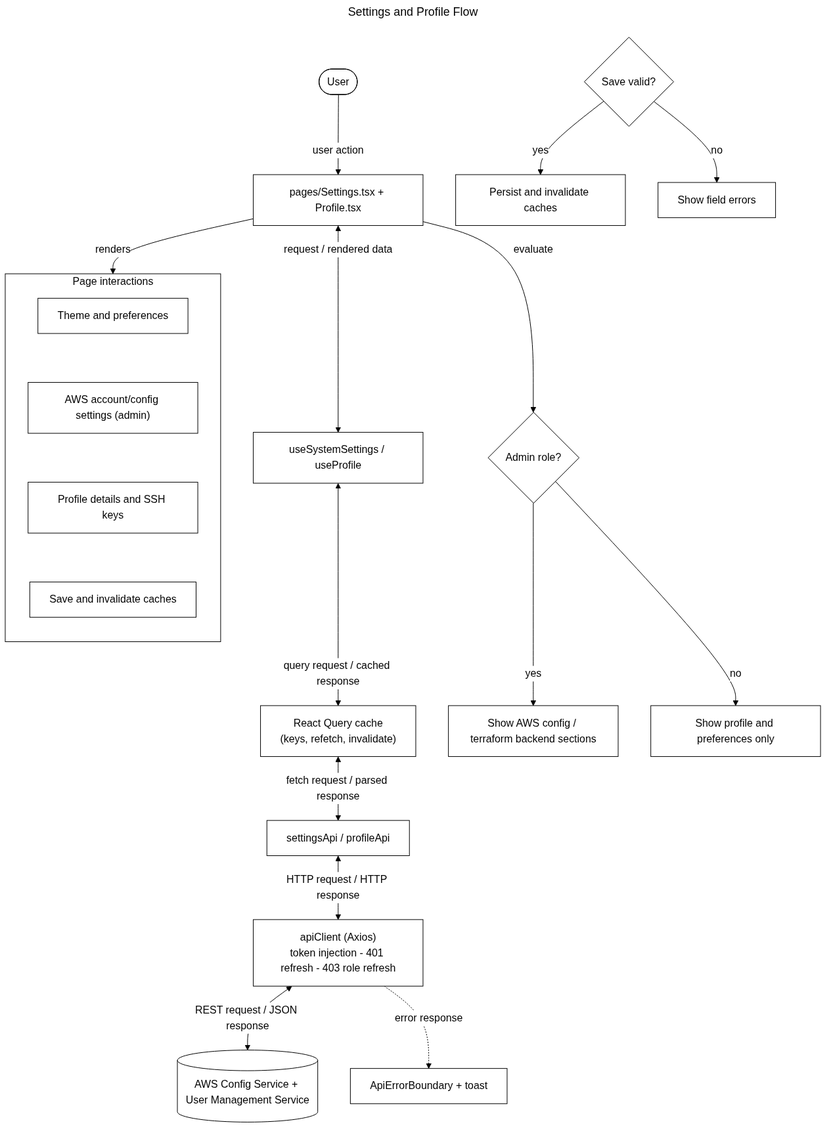
sayeeduddinofficial/user-table-view keeps this Mermaid diagram as docs/flowcharts/png/settings-profile.png. Above is the earlier version. Its source is kept beside it as docs/flowcharts/settings-profile.mmd.
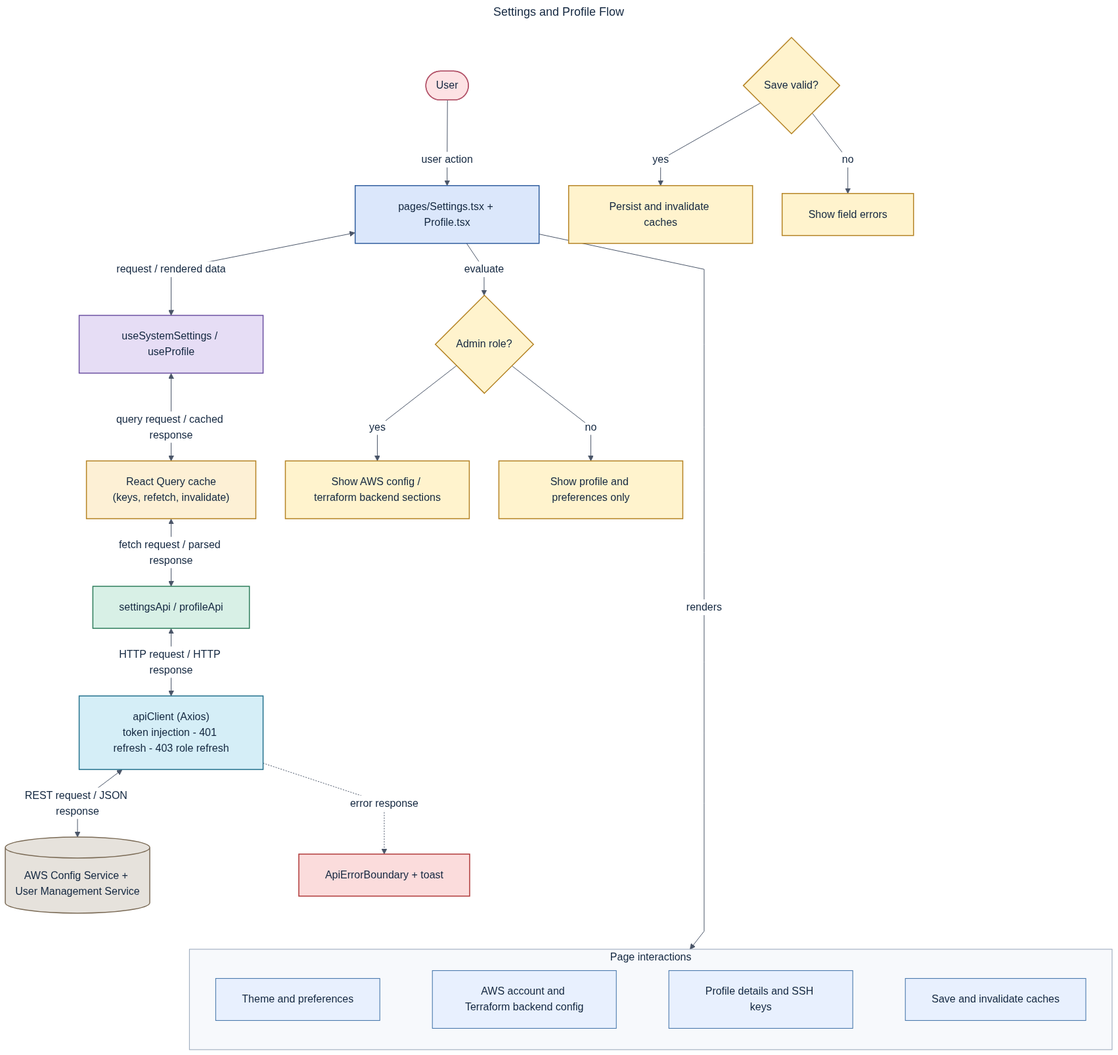
After the change.

Change to the diagram source:
```diff
@@ -10,17 +10,37 @@
   C <-->|"REST request / JSON response"| S[("AWS Config Service + User Management Service")]
   P -->|"renders"| UI
   subgraph UI[Page interactions]
-    direction TB
+    direction LR
     S0["Theme and preferences"]
-    S1["AWS account/config settings (admin)"]
+    S1["AWS account and Terraform backend config"]
     S2["Profile details and SSH keys"]
     S3["Save and invalidate caches"]
     S0 ~~~ S1 ~~~ S2 ~~~ S3
   end
   C -. "error response" .-> E["ApiErrorBoundary + toast"]
+  E ~~~ UI
 
   P -->|"evaluate"| X0
   X0{"Admin role?"} -->|"yes"| X1["Show AWS config / terraform backend sections"]
   X0 -->|"no"| X2["Show profile and preferences only"]
   X3{"Save valid?"} -->|"yes"| X4["Persist and invalidate caches"]
   X3 -->|"no"| X5["Show field errors"]
+
+classDef actor fill:#fde2e4,stroke:#b3546a,stroke-width:1.5px,color:#12263f;
+classDef page fill:#dbe7fb,stroke:#2f5d9e,stroke-width:1.5px,color:#12263f;
+classDef hook fill:#e6ddf5,stroke:#6b4fa0,stroke-width:1.5px,color:#12263f;
+classDef cache fill:#fdf0d5,stroke:#b58324,stroke-width:1.5px,color:#12263f;
+classDef api fill:#d8f0e6,stroke:#2e7d5b,stroke-width:1.5px,color:#12263f;
+classDef client fill:#d5eef7,stroke:#22708c,stroke-width:1.5px,color:#12263f;
+classDef svc fill:#e6e2dc,stroke:#7a6a55,stroke-width:1.5px,color:#12263f;
+classDef err fill:#fbdcdc,stroke:#b03a3a,stroke-width:1.5px,color:#12263f;
+classDef dec fill:#fff3cd,stroke:#b58324,stroke-width:1.5px,color:#12263f;
+class A api;
+class C client;
+class E err;
+class H hook;
+class P page;
+class Q cache;
+class S svc;
+class U actor;
+class X0,X1,X2,X3,X4,X5 dec;
```
